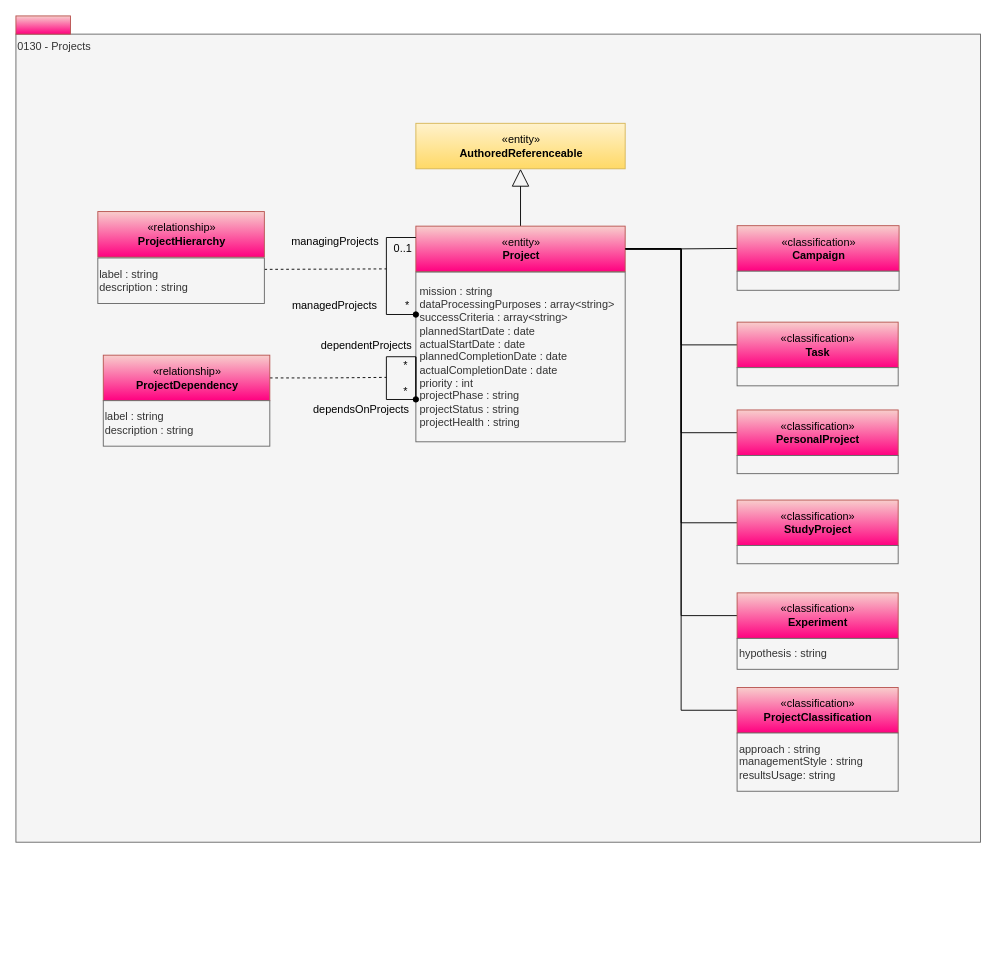
Before: page "0130-Projects" (10 of 16) of site/docs/types/1/area-1-collaboration.drawio in odpi/egeria-docs, a draw.io diagram. Source tidied: cells renumbered, new cells numbered last; positions are measured from the earlier drawing's top-left corner, leaving out a move shared by most shapes. Both pictures are drawn from the tidied source at 91%, with x=0, y=0 at pixel (15, 15).
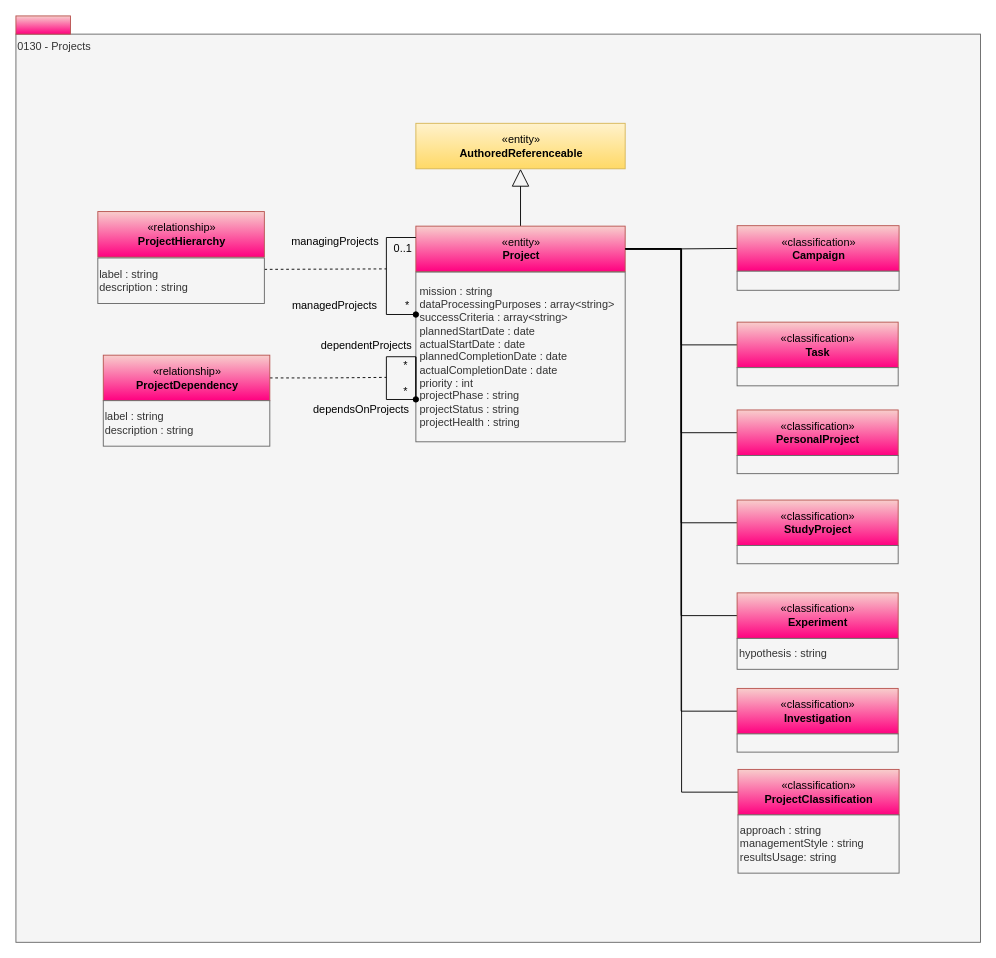
After the change.

Unchanged cells that the change refers to:
```xml
<mxCell id="8" value="«entity»&lt;br&gt;&lt;b&gt;Project&lt;/b&gt;" style="html=1;strokeColor=#b85450;align=center;fillColor=#f8cecc;gradientColor=#FF0080;" parent="1" vertex="1">
  <mxGeometry x="439.5" y="231" width="230" height="50" as="geometry" />
</mxCell>
```

Diff of the diagram source:
```diff
@@
     <mxCell id="2" value="0130 - Projects" style="rounded=0;whiteSpace=wrap;html=1;align=left;verticalAlign=top;fillColor=#f5f5f5;fontColor=#333333;strokeColor=#666666;" parent="1" vertex="1">
-      <mxGeometry y="20" width="1060" height="888" as="geometry" />
+      <mxGeometry y="20" width="1060" height="998" as="geometry" />
     </mxCell>
@@
     <mxCell id="37" value="«classification»&lt;br&gt;&lt;b&gt;ProjectClassification&lt;/b&gt;" style="html=1;strokeColor=#b85450;align=center;fillColor=#f8cecc;gradientColor=#FF0080;" parent="1" vertex="1">
-      <mxGeometry x="792.5" y="738" width="177" height="50" as="geometry" />
+      <mxGeometry x="793.5" y="828" width="177" height="50" as="geometry" />
     </mxCell>
     <mxCell id="38" value="approach : string&lt;div&gt;managementStyle : string&lt;/div&gt;&lt;div&gt;resultsUsage: string&lt;/div&gt;" style="rounded=0;whiteSpace=wrap;html=1;align=left;fillColor=#f5f5f5;fontColor=#333333;strokeColor=#666666;" parent="1" vertex="1">
-      <mxGeometry x="792.5" y="788" width="177" height="64" as="geometry" />
+      <mxGeometry x="793.5" y="878" width="177" height="64" as="geometry" />
     </mxCell>
@@
+    <mxCell id="42" style="edgeStyle=orthogonalEdgeStyle;rounded=0;jettySize=auto;html=1;entryX=0;entryY=0.5;entryDx=0;entryDy=0;endArrow=none;endFill=0;exitX=1;exitY=0.5;exitDx=0;exitDy=0;" parent="1" edge="1" source="8" target="43">
+      <mxGeometry relative="1" as="geometry" />
+    </mxCell>
+    <mxCell id="43" value="«classification»&lt;br&gt;&lt;b&gt;Investigation&lt;/b&gt;" style="html=1;strokeColor=#b85450;align=center;fillColor=#f8cecc;gradientColor=#FF0080;" parent="1" vertex="1">
+      <mxGeometry x="792.5" y="739" width="177" height="50" as="geometry" />
+    </mxCell>
+    <mxCell id="44" style="rounded=0;whiteSpace=wrap;html=1;align=left;fillColor=#f5f5f5;fontColor=#333333;strokeColor=#666666;" parent="1" vertex="1">
+      <mxGeometry x="792.5" y="789" width="177" height="20" as="geometry" />
+    </mxCell>
```
